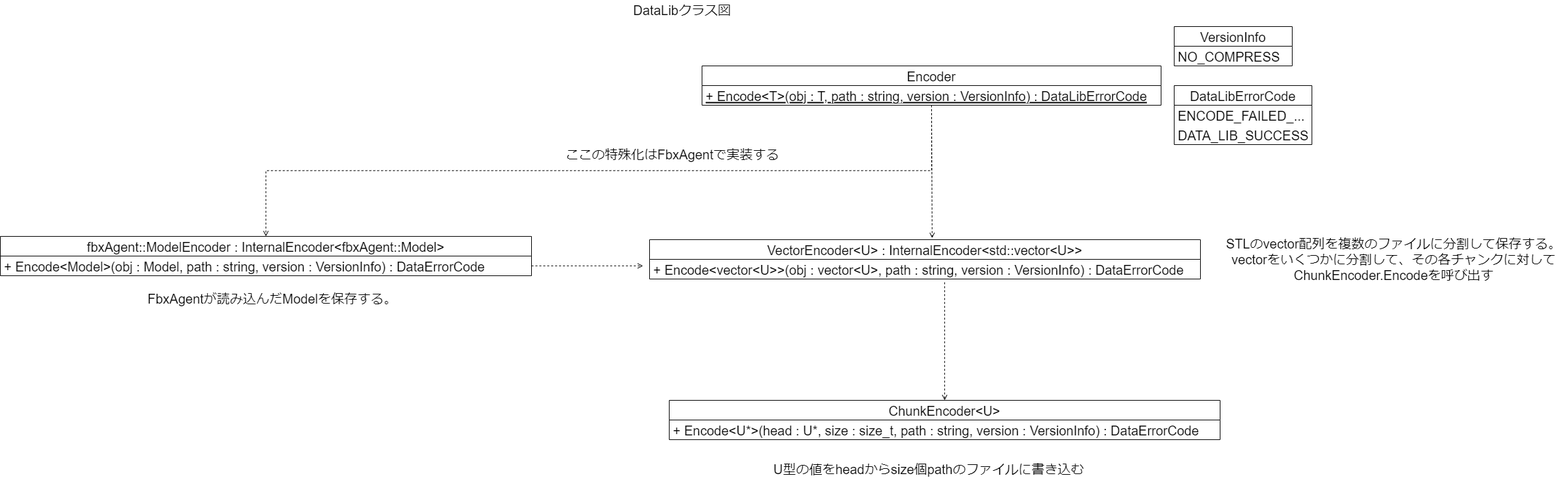
This is design/DataLibEncoderClassDiagram.png from Dumble009/DataLib, a draw.io export, as it was before one commit. Source tidied: cells renumbered, new cells last; positions are measured from the earlier drawing's top-left corner, leaving out a move shared by most shapes. Source of this version:
```xml
<mxGraphModel>
  <root>
    <mxCell id="0" />
    <mxCell id="1" parent="0" />
    <mxCell id="2" value="DataLibクラス図" style="text;html=1;strokeColor=none;fillColor=none;align=center;verticalAlign=middle;whiteSpace=wrap;rounded=0;fontSize=20;" parent="1" vertex="1">
      <mxGeometry x="960" width="160" height="30" as="geometry" />
    </mxCell>
    <mxCell id="3" value="Encoder" style="swimlane;fontStyle=0;horizontal=1;startSize=30;fontSize=20;" parent="1" vertex="1">
      <mxGeometry x="1070" y="100" width="700" height="60" as="geometry" />
    </mxCell>
    <mxCell id="4" value="+ Encode&lt;T&gt;(obj : T, path : string, version : VersionInfo) : DataLibErrorCode" style="text;strokeColor=none;fillColor=none;align=left;verticalAlign=middle;spacingLeft=4;spacingRight=4;overflow=hidden;fontSize=20;fontStyle=4;" parent="3" vertex="1">
      <mxGeometry y="30" width="700" height="30" as="geometry" />
    </mxCell>
    <mxCell id="5" value="VersionInfo" style="swimlane;fontStyle=0;horizontal=1;startSize=30;fontSize=20;" parent="1" vertex="1">
      <mxGeometry x="1790" y="40" width="180" height="60" as="geometry" />
    </mxCell>
    <mxCell id="6" value="NO_COMPRESS" style="text;strokeColor=none;fillColor=none;align=left;verticalAlign=middle;spacingLeft=4;spacingRight=4;overflow=hidden;fontSize=20;" parent="5" vertex="1">
      <mxGeometry y="30" width="180" height="30" as="geometry" />
    </mxCell>
    <mxCell id="7" value="DataLibErrorCode" style="swimlane;fontStyle=0;horizontal=1;startSize=30;fontSize=20;" parent="1" vertex="1">
      <mxGeometry x="1790" y="130" width="210" height="90" as="geometry" />
    </mxCell>
    <mxCell id="8" value="ENCODE_FAILED_..." style="text;strokeColor=none;fillColor=none;align=left;verticalAlign=middle;spacingLeft=4;spacingRight=4;overflow=hidden;fontSize=20;" parent="7" vertex="1">
      <mxGeometry y="30" width="210" height="30" as="geometry" />
    </mxCell>
    <mxCell id="9" value="DATA_LIB_SUCCESS" style="text;strokeColor=none;fillColor=none;align=left;verticalAlign=middle;spacingLeft=4;spacingRight=4;overflow=hidden;fontSize=20;" parent="7" vertex="1">
      <mxGeometry y="60" width="210" height="30" as="geometry" />
    </mxCell>
    <mxCell id="10" value="VectorEncoder&lt;U&gt; : InternalEncoder&lt;std::vector&lt;U&gt;&gt;" style="swimlane;fontStyle=0;horizontal=1;startSize=30;fontSize=20;" parent="1" vertex="1">
      <mxGeometry x="990" y="365" width="840" height="60" as="geometry" />
    </mxCell>
    <mxCell id="11" value="+ Encode&lt;vector&lt;U&gt;&gt;(obj : vector&lt;U&gt;, path : string, version : VersionInfo) : DataErrorCode" style="text;strokeColor=none;fillColor=none;align=left;verticalAlign=middle;spacingLeft=4;spacingRight=4;overflow=hidden;fontSize=20;fontStyle=0;" parent="10" vertex="1">
      <mxGeometry y="30" width="840" height="30" as="geometry" />
    </mxCell>
    <mxCell id="12" value="ChunkEncoder&lt;U&gt;" style="swimlane;fontStyle=0;horizontal=1;startSize=30;fontSize=20;" parent="1" vertex="1">
      <mxGeometry x="1020" y="610" width="840" height="60" as="geometry" />
    </mxCell>
    <mxCell id="13" value="+ Encode&lt;U*&gt;(head : U*, size : size_t, path : string, version : VersionInfo) : DataErrorCode" style="text;strokeColor=none;fillColor=none;align=left;verticalAlign=middle;spacingLeft=4;spacingRight=4;overflow=hidden;fontSize=20;fontStyle=0;" parent="12" vertex="1">
      <mxGeometry y="30" width="840" height="30" as="geometry" />
    </mxCell>
    <mxCell id="14" value="STLのvector配列を複数のファイルに分割して保存する。&lt;br&gt;vectorをいくつかに分割して、その各チャンクに対してChunkEncoder.Encodeを呼び出す" style="text;html=1;strokeColor=none;fillColor=none;align=center;verticalAlign=middle;whiteSpace=wrap;rounded=0;fontSize=20;" parent="1" vertex="1">
      <mxGeometry x="1860" y="380" width="530" height="30" as="geometry" />
    </mxCell>
    <mxCell id="15" value="U型の値をheadからsize個pathのファイルに書き込む" style="text;html=1;strokeColor=none;fillColor=none;align=center;verticalAlign=middle;whiteSpace=wrap;rounded=0;fontSize=20;" parent="1" vertex="1">
      <mxGeometry x="1151" y="700" width="530" height="30" as="geometry" />
    </mxCell>
    <mxCell id="16" value="fbxAgent::ModelEncoder : InternalEncoder&lt;fbxAgent::Model&gt;" style="swimlane;fontStyle=0;horizontal=1;startSize=30;fontSize=20;" parent="1" vertex="1">
      <mxGeometry y="360" width="810" height="60" as="geometry" />
    </mxCell>
    <mxCell id="17" value="+ Encode&lt;Model&gt;(obj : Model, path : string, version : VersionInfo) : DataErrorCode" style="text;strokeColor=none;fillColor=none;align=left;verticalAlign=middle;spacingLeft=4;spacingRight=4;overflow=hidden;points=[[0,0.5],[1,0.5]];portConstraint=eastwest;fontSize=20;fontStyle=0;" parent="16" vertex="1">
      <mxGeometry y="30" width="810" height="30" as="geometry" />
    </mxCell>
    <mxCell id="18" value="FbxAgentが読み込んだModelを保存する。" style="text;html=1;strokeColor=none;fillColor=none;align=center;verticalAlign=middle;whiteSpace=wrap;rounded=0;fontSize=20;" parent="1" vertex="1">
      <mxGeometry x="150" y="440" width="530" height="30" as="geometry" />
    </mxCell>
    <mxCell id="19" style="endArrow=open;html=1;rounded=0;fontSize=20;entryX=0.5;entryY=0;entryDx=0;entryDy=0;dashed=1;endFill=0;elbow=vertical;" parent="1" edge="1" target="12">
      <mxGeometry relative="1" as="geometry">
        <mxPoint x="1440" y="430" as="sourcePoint" />
      </mxGeometry>
    </mxCell>
    <mxCell id="20" style="endArrow=open;html=1;rounded=0;elbow=vertical;entryX=0.5;entryY=0;entryDx=0;entryDy=0;edgeStyle=elbowEdgeStyle;dashed=1;endFill=0;" parent="1" edge="1" target="16">
      <mxGeometry relative="1" as="geometry">
        <mxPoint x="1420" y="160" as="sourcePoint" />
      </mxGeometry>
    </mxCell>
    <mxCell id="21" value="ここの特殊化はFbxAgentで実装する" style="text;html=1;strokeColor=none;fillColor=none;align=center;verticalAlign=middle;whiteSpace=wrap;rounded=0;fontSize=20;" parent="1" vertex="1">
      <mxGeometry x="850" y="220" width="350" height="30" as="geometry" />
    </mxCell>
    <mxCell id="22" style="endArrow=open;html=1;rounded=0;fontSize=20;dashed=1;endFill=0;elbow=vertical;exitX=1;exitY=0.5;exitDx=0;exitDy=0;" parent="1" edge="1" source="17">
      <mxGeometry relative="1" as="geometry">
        <mxPoint x="980" y="405" as="targetPoint" />
      </mxGeometry>
    </mxCell>
    <mxCell id="23" style="endArrow=open;html=1;rounded=0;fontSize=20;dashed=1;endFill=0;elbow=vertical;entryX=0.513;entryY=-0.04;entryDx=0;entryDy=0;entryPerimeter=0;" parent="1" edge="1" target="10">
      <mxGeometry relative="1" as="geometry">
        <mxPoint x="1420" y="160" as="sourcePoint" />
      </mxGeometry>
    </mxCell>
  </root>
</mxGraphModel>
```
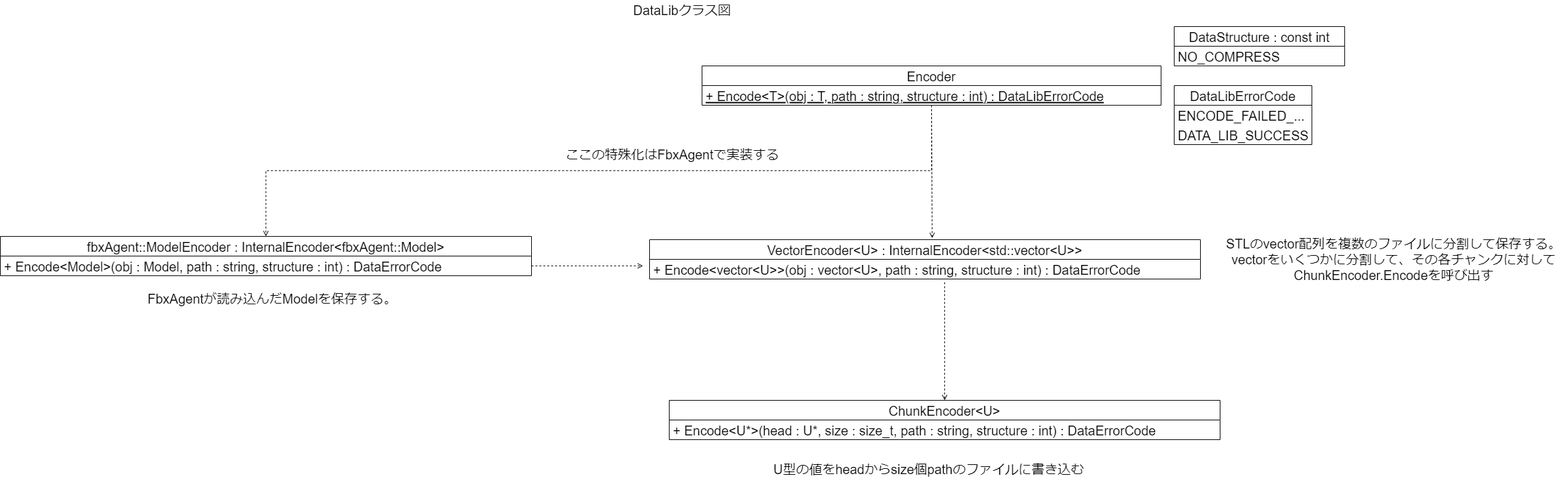
The same diagram one commit later.

Diff of the diagram source:
```diff
@@ -8,14 +8,14 @@
     <mxCell id="3" value="Encoder" style="swimlane;fontStyle=0;horizontal=1;startSize=30;fontSize=20;" parent="1" vertex="1">
       <mxGeometry x="1070" y="100" width="700" height="60" as="geometry" />
     </mxCell>
-    <mxCell id="4" value="+ Encode&lt;T&gt;(obj : T, path : string, version : VersionInfo) : DataLibErrorCode" style="text;strokeColor=none;fillColor=none;align=left;verticalAlign=middle;spacingLeft=4;spacingRight=4;overflow=hidden;fontSize=20;fontStyle=4;" parent="3" vertex="1">
+    <mxCell id="4" value="+ Encode&lt;T&gt;(obj : T, path : string, structure : int) : DataLibErrorCode" style="text;strokeColor=none;fillColor=none;align=left;verticalAlign=middle;spacingLeft=4;spacingRight=4;overflow=hidden;fontSize=20;fontStyle=4;" parent="3" vertex="1">
       <mxGeometry y="30" width="700" height="30" as="geometry" />
     </mxCell>
-    <mxCell id="5" value="VersionInfo" style="swimlane;fontStyle=0;horizontal=1;startSize=30;fontSize=20;" parent="1" vertex="1">
-      <mxGeometry x="1790" y="40" width="180" height="60" as="geometry" />
+    <mxCell id="5" value="DataStructure : const int" style="swimlane;fontStyle=0;horizontal=1;startSize=30;fontSize=20;" parent="1" vertex="1">
+      <mxGeometry x="1790" y="40" width="260" height="60" as="geometry" />
     </mxCell>
     <mxCell id="6" value="NO_COMPRESS" style="text;strokeColor=none;fillColor=none;align=left;verticalAlign=middle;spacingLeft=4;spacingRight=4;overflow=hidden;fontSize=20;" parent="5" vertex="1">
-      <mxGeometry y="30" width="180" height="30" as="geometry" />
+      <mxGeometry y="30" width="260" height="30" as="geometry" />
     </mxCell>
     <mxCell id="7" value="DataLibErrorCode" style="swimlane;fontStyle=0;horizontal=1;startSize=30;fontSize=20;" parent="1" vertex="1">
       <mxGeometry x="1790" y="130" width="210" height="90" as="geometry" />
@@ -29,13 +29,13 @@
     <mxCell id="10" value="VectorEncoder&lt;U&gt; : InternalEncoder&lt;std::vector&lt;U&gt;&gt;" style="swimlane;fontStyle=0;horizontal=1;startSize=30;fontSize=20;" parent="1" vertex="1">
       <mxGeometry x="990" y="365" width="840" height="60" as="geometry" />
     </mxCell>
-    <mxCell id="11" value="+ Encode&lt;vector&lt;U&gt;&gt;(obj : vector&lt;U&gt;, path : string, version : VersionInfo) : DataErrorCode" style="text;strokeColor=none;fillColor=none;align=left;verticalAlign=middle;spacingLeft=4;spacingRight=4;overflow=hidden;fontSize=20;fontStyle=0;" parent="10" vertex="1">
+    <mxCell id="11" value="+ Encode&lt;vector&lt;U&gt;&gt;(obj : vector&lt;U&gt;, path : string, structure : int) : DataErrorCode" style="text;strokeColor=none;fillColor=none;align=left;verticalAlign=middle;spacingLeft=4;spacingRight=4;overflow=hidden;fontSize=20;fontStyle=0;" parent="10" vertex="1">
       <mxGeometry y="30" width="840" height="30" as="geometry" />
     </mxCell>
     <mxCell id="12" value="ChunkEncoder&lt;U&gt;" style="swimlane;fontStyle=0;horizontal=1;startSize=30;fontSize=20;" parent="1" vertex="1">
       <mxGeometry x="1020" y="610" width="840" height="60" as="geometry" />
     </mxCell>
-    <mxCell id="13" value="+ Encode&lt;U*&gt;(head : U*, size : size_t, path : string, version : VersionInfo) : DataErrorCode" style="text;strokeColor=none;fillColor=none;align=left;verticalAlign=middle;spacingLeft=4;spacingRight=4;overflow=hidden;fontSize=20;fontStyle=0;" parent="12" vertex="1">
+    <mxCell id="13" value="+ Encode&lt;U*&gt;(head : U*, size : size_t, path : string, structure : int) : DataErrorCode" style="text;strokeColor=none;fillColor=none;align=left;verticalAlign=middle;spacingLeft=4;spacingRight=4;overflow=hidden;fontSize=20;fontStyle=0;" parent="12" vertex="1">
       <mxGeometry y="30" width="840" height="30" as="geometry" />
     </mxCell>
     <mxCell id="14" value="STLのvector配列を複数のファイルに分割して保存する。&lt;br&gt;vectorをいくつかに分割して、その各チャンクに対してChunkEncoder.Encodeを呼び出す" style="text;html=1;strokeColor=none;fillColor=none;align=center;verticalAlign=middle;whiteSpace=wrap;rounded=0;fontSize=20;" parent="1" vertex="1">
@@ -47,7 +47,7 @@
     <mxCell id="16" value="fbxAgent::ModelEncoder : InternalEncoder&lt;fbxAgent::Model&gt;" style="swimlane;fontStyle=0;horizontal=1;startSize=30;fontSize=20;" parent="1" vertex="1">
       <mxGeometry y="360" width="810" height="60" as="geometry" />
     </mxCell>
-    <mxCell id="17" value="+ Encode&lt;Model&gt;(obj : Model, path : string, version : VersionInfo) : DataErrorCode" style="text;strokeColor=none;fillColor=none;align=left;verticalAlign=middle;spacingLeft=4;spacingRight=4;overflow=hidden;points=[[0,0.5],[1,0.5]];portConstraint=eastwest;fontSize=20;fontStyle=0;" parent="16" vertex="1">
+    <mxCell id="17" value="+ Encode&lt;Model&gt;(obj : Model, path : string, structure : int) : DataErrorCode" style="text;strokeColor=none;fillColor=none;align=left;verticalAlign=middle;spacingLeft=4;spacingRight=4;overflow=hidden;points=[[0,0.5],[1,0.5]];portConstraint=eastwest;fontSize=20;fontStyle=0;" parent="16" vertex="1">
       <mxGeometry y="30" width="810" height="30" as="geometry" />
     </mxCell>
     <mxCell id="18" value="FbxAgentが読み込んだModelを保存する。" style="text;html=1;strokeColor=none;fillColor=none;align=center;verticalAlign=middle;whiteSpace=wrap;rounded=0;fontSize=20;" parent="1" vertex="1">
```
